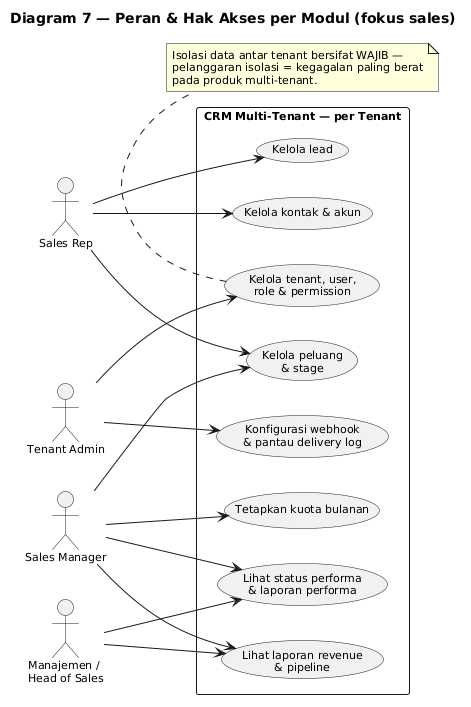
yudha-tlab/ai-os-knowledge keeps this PlantUML diagram as knowledge/projects/bootcamp-crm/requirements/brd/diagrams/08-peran-akses.png. Above is the earlier version.
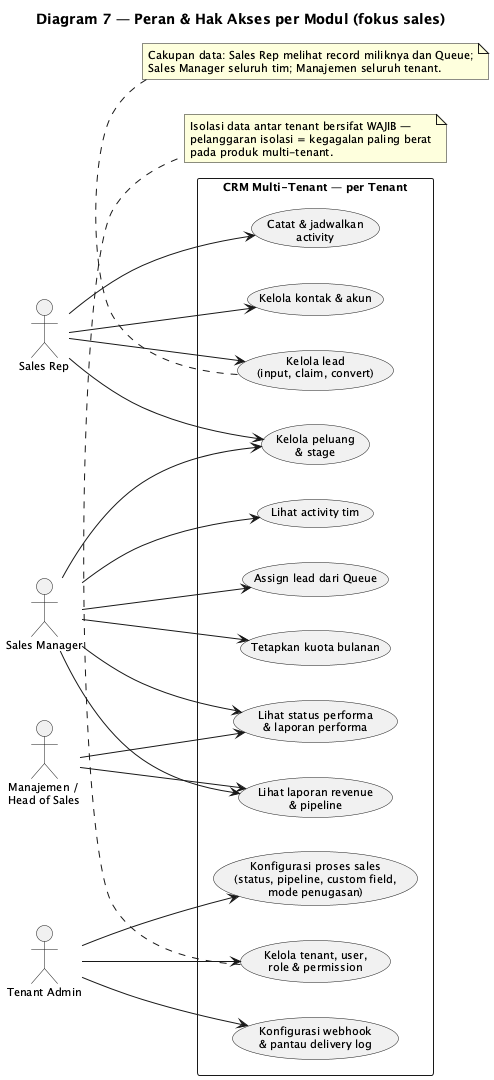
The same file after the commit.

Change to the diagram source:
```diff
@@ -11,21 +11,28 @@
 actor "Manajemen /\nHead of Sales" as MG
 
 rectangle "CRM Multi-Tenant — per Tenant" {
-  usecase "Kelola lead" as UC1
+  usecase "Kelola lead\n(input, claim, convert)" as UC1
+  usecase "Assign lead dari Queue" as UC1b
   usecase "Kelola kontak & akun" as UC2
   usecase "Kelola peluang\n& stage" as UC3
+  usecase "Catat & jadwalkan\nactivity" as UC7
+  usecase "Lihat activity tim" as UC8
   usecase "Tetapkan kuota bulanan" as UC4
   usecase "Lihat status performa\n& laporan performa" as UC5
   usecase "Lihat laporan revenue\n& pipeline" as UC6
   usecase "Kelola tenant, user,\nrole & permission" as UC11
+  usecase "Konfigurasi proses sales\n(status, pipeline, custom field,\nmode penugasan)" as UC13
   usecase "Konfigurasi webhook\n& pantau delivery log" as UC12
 }
 
 SR --> UC1
 SR --> UC2
 SR --> UC3
+SR --> UC7
 
+SM --> UC1b
 SM --> UC3
+SM --> UC8
 SM --> UC4
 SM --> UC5
 SM --> UC6
@@ -34,7 +41,13 @@
 MG --> UC5
 
 TA --> UC11
+TA --> UC13
 TA --> UC12
+
+note bottom of UC1
+  Cakupan data: Sales Rep melihat record miliknya dan Queue;
+  Sales Manager seluruh tim; Manajemen seluruh tenant.
+end note
 
 note bottom of UC11
   Isolasi data antar tenant bersifat WAJIB —
```
